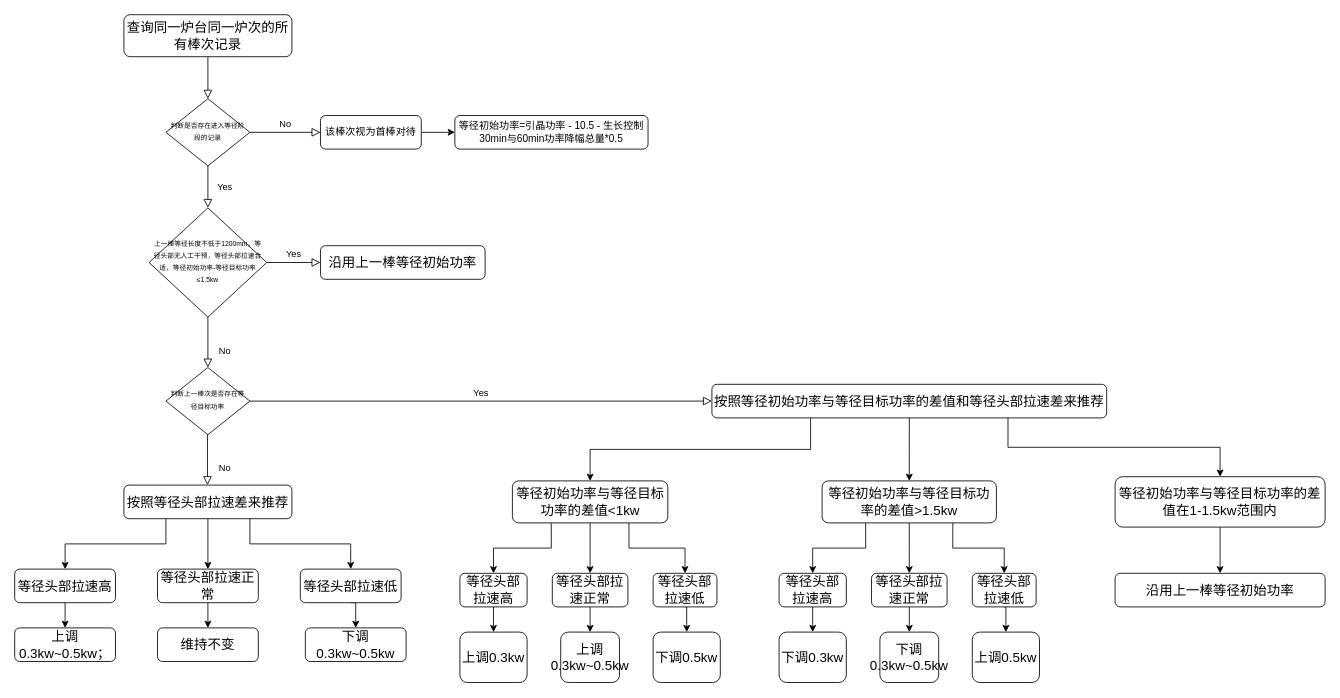
This is page "Page-1" (1 of 2) of 等径初始功率推荐流程图.drawio from ykchasingwind/2019iFLYTEK_MachineryLife_Baseline, a draw.io file, before an edit. Source tidied: cells renumbered, new cells numbered last; positions are measured from the earlier drawing's top-left corner, leaving out a move shared by most shapes. Both pictures are drawn from the tidied source at 84%, with x=0, y=0 at pixel (14, 14).
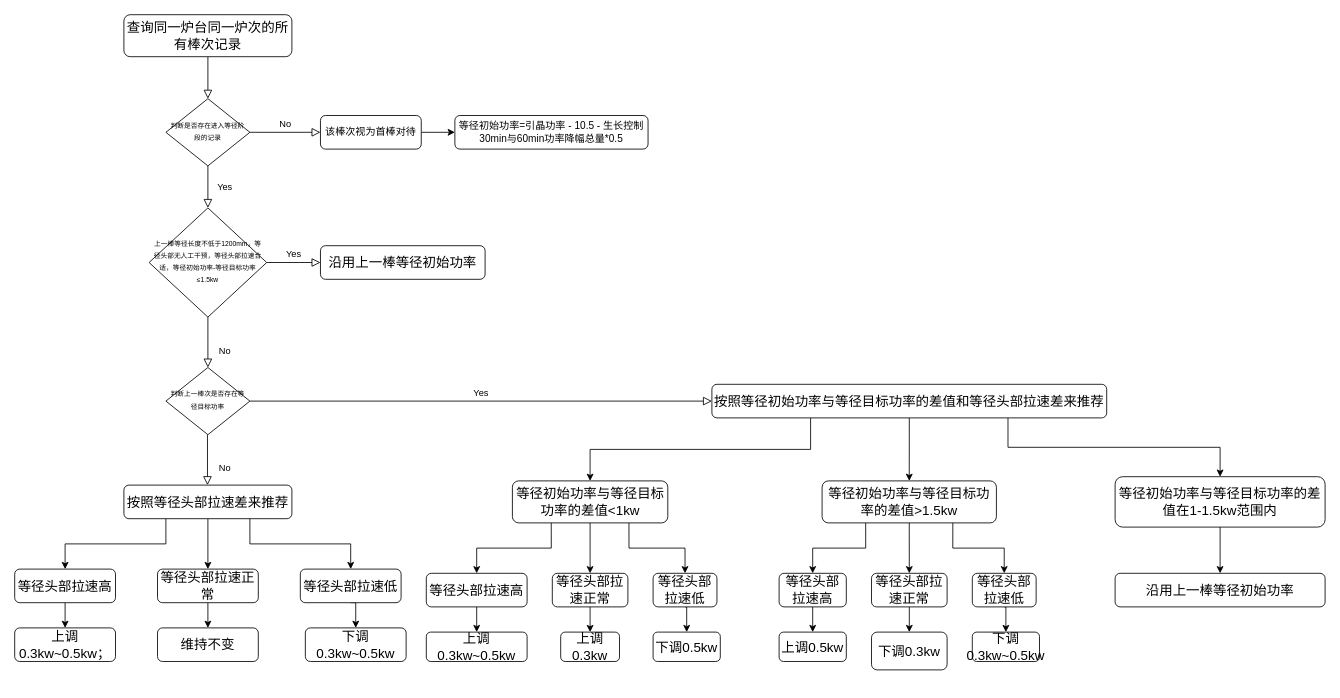
Above is the later version.

Commit message:
更新等径初始功率推荐流程图.drawio

The edit, as a diff of the source:
```diff
@@
     <mxCell id="47" value="&lt;p class=&quot;MsoNormal&quot;&gt;&lt;span style=&quot;mso-spacerun:'yes';font-family:宋体;mso-ascii-font-family:Calibri;&lt;br/&gt;mso-hansi-font-family:Calibri;mso-bidi-font-family:'Times New Roman';font-size:12.0000pt;&lt;br/&gt;mso-font-kerning:1.0000pt;&quot;&gt;等径头部拉速高&lt;/span&gt;&lt;/p&gt;" style="rounded=1;whiteSpace=wrap;html=1;fontSize=12;glass=0;strokeWidth=1;shadow=0;" parent="1" vertex="1">
-      <mxGeometry x="530" y="665" width="80" height="40" as="geometry" />
+      <mxGeometry x="490" y="665" width="120" height="40" as="geometry" />
     </mxCell>
@@
-    <mxCell id="50" value="&lt;p class=&quot;MsoNormal&quot;&gt;&lt;span style=&quot;mso-spacerun:'yes';font-family:宋体;mso-ascii-font-family:Calibri;&lt;br/&gt;mso-hansi-font-family:Calibri;mso-bidi-font-family:'Times New Roman';font-size:12.0000pt;&lt;br/&gt;mso-font-kerning:1.0000pt;&quot;&gt;&lt;font face=&quot;宋体&quot;&gt;上调&lt;/font&gt;&lt;font face=&quot;Calibri&quot;&gt;0.3kw&lt;/font&gt;&lt;/span&gt;&lt;/p&gt;" style="rounded=1;whiteSpace=wrap;html=1;fontSize=12;glass=0;strokeWidth=1;shadow=0;" parent="1" vertex="1">
-      <mxGeometry x="530" y="735" width="80" height="60" as="geometry" />
+    <mxCell id="50" value="&lt;p class=&quot;MsoNormal&quot;&gt;&lt;font style=&quot;font-family: 宋体; font-size: 16px;&quot; face=&quot;宋体&quot;&gt;上调&lt;/font&gt;&lt;font style=&quot;font-size: 16px;&quot; face=&quot;Calibri&quot;&gt;0.3kw~0.5kw&lt;/font&gt;&lt;/p&gt;" style="rounded=1;whiteSpace=wrap;html=1;fontSize=12;glass=0;strokeWidth=1;shadow=0;" parent="1" vertex="1">
+      <mxGeometry x="490" y="735" width="120" height="35" as="geometry" />
     </mxCell>
     <mxCell id="51" value="&lt;p class=&quot;MsoNormal&quot;&gt;&lt;span style=&quot;mso-spacerun:'yes';font-family:宋体;mso-ascii-font-family:Calibri;&lt;br/&gt;mso-hansi-font-family:Calibri;mso-bidi-font-family:'Times New Roman';font-size:12.0000pt;&lt;br/&gt;mso-font-kerning:1.0000pt;&quot;&gt;&lt;font face=&quot;宋体&quot;&gt;下调&lt;/font&gt;&lt;font face=&quot;Calibri&quot;&gt;0.5kw&lt;/font&gt;&lt;/span&gt;&lt;/p&gt;" style="rounded=1;whiteSpace=wrap;html=1;fontSize=12;glass=0;strokeWidth=1;shadow=0;" parent="1" vertex="1">
-      <mxGeometry x="760" y="735" width="80" height="60" as="geometry" />
+      <mxGeometry x="760" y="735" width="80" height="35" as="geometry" />
     </mxCell>
-    <mxCell id="52" value="&lt;p class=&quot;MsoNormal&quot;&gt;&lt;font style=&quot;font-family: 宋体; font-size: 16px;&quot; face=&quot;宋体&quot;&gt;上调&lt;/font&gt;&lt;font style=&quot;font-size: 16px;&quot; face=&quot;Calibri&quot;&gt;0.3kw~0.5kw&lt;/font&gt;&lt;/p&gt;" style="rounded=1;whiteSpace=wrap;html=1;fontSize=12;glass=0;strokeWidth=1;shadow=0;" parent="1" vertex="1">
-      <mxGeometry x="650" y="735" width="70" height="60" as="geometry" />
+    <mxCell id="52" value="&lt;p class=&quot;MsoNormal&quot;&gt;&lt;font style=&quot;font-family: 宋体; font-size: 16px;&quot; face=&quot;宋体&quot;&gt;上调&lt;/font&gt;&lt;font style=&quot;font-size: 16px;&quot; face=&quot;Calibri&quot;&gt;0.3kw&lt;/font&gt;&lt;/p&gt;" style="rounded=1;whiteSpace=wrap;html=1;fontSize=12;glass=0;strokeWidth=1;shadow=0;" parent="1" vertex="1">
+      <mxGeometry x="650" y="735" width="70" height="35" as="geometry" />
     </mxCell>
@@
-    <mxCell id="59" value="&lt;p class=&quot;MsoNormal&quot;&gt;&lt;span style=&quot;mso-spacerun:'yes';font-family:宋体;mso-ascii-font-family:Calibri;&lt;br/&gt;mso-hansi-font-family:Calibri;mso-bidi-font-family:'Times New Roman';font-size:12.0000pt;&lt;br/&gt;mso-font-kerning:1.0000pt;&quot;&gt;&lt;font face=&quot;宋体&quot;&gt;下调&lt;/font&gt;&lt;font face=&quot;Calibri&quot;&gt;0.3kw&lt;/font&gt;&lt;/span&gt;&lt;/p&gt;" style="rounded=1;whiteSpace=wrap;html=1;fontSize=12;glass=0;strokeWidth=1;shadow=0;" parent="1" vertex="1">
-      <mxGeometry x="910" y="735" width="80" height="60" as="geometry" />
+    <mxCell id="59" value="&lt;p class=&quot;MsoNormal&quot;&gt;&lt;span style=&quot;mso-spacerun:'yes';font-family:宋体;mso-ascii-font-family:Calibri;&lt;br/&gt;mso-hansi-font-family:Calibri;mso-bidi-font-family:'Times New Roman';font-size:12.0000pt;&lt;br/&gt;mso-font-kerning:1.0000pt;&quot;&gt;&lt;font face=&quot;宋体&quot;&gt;上调&lt;/font&gt;&lt;font face=&quot;Calibri&quot;&gt;0.5kw&lt;/font&gt;&lt;/span&gt;&lt;/p&gt;" style="rounded=1;whiteSpace=wrap;html=1;fontSize=12;glass=0;strokeWidth=1;shadow=0;" parent="1" vertex="1">
+      <mxGeometry x="910" y="735" width="80" height="35" as="geometry" />
     </mxCell>
-    <mxCell id="60" value="&lt;p class=&quot;MsoNormal&quot;&gt;&lt;span style=&quot;mso-spacerun:'yes';font-family:宋体;mso-ascii-font-family:Calibri;&lt;br/&gt;mso-hansi-font-family:Calibri;mso-bidi-font-family:'Times New Roman';font-size:12.0000pt;&lt;br/&gt;mso-font-kerning:1.0000pt;&quot;&gt;&lt;font face=&quot;宋体&quot;&gt;上调&lt;/font&gt;&lt;font face=&quot;Calibri&quot;&gt;0.5kw&lt;/font&gt;&lt;/span&gt;&lt;/p&gt;" style="rounded=1;whiteSpace=wrap;html=1;fontSize=12;glass=0;strokeWidth=1;shadow=0;" parent="1" vertex="1">
-      <mxGeometry x="1140" y="735" width="80" height="60" as="geometry" />
+    <mxCell id="60" value="&lt;p class=&quot;MsoNormal&quot;&gt;&lt;font style=&quot;font-family: 宋体; font-size: 16px;&quot; face=&quot;宋体&quot;&gt;下调&lt;/font&gt;&lt;font style=&quot;font-size: 16px;&quot; face=&quot;Calibri&quot;&gt;0.3kw~0.5kw&lt;/font&gt;&lt;/p&gt;" style="rounded=1;whiteSpace=wrap;html=1;fontSize=12;glass=0;strokeWidth=1;shadow=0;" parent="1" vertex="1">
+      <mxGeometry x="1140" y="735" width="80" height="35" as="geometry" />
     </mxCell>
-    <mxCell id="61" value="&lt;p class=&quot;MsoNormal&quot;&gt;&lt;font style=&quot;font-family: 宋体; font-size: 16px;&quot; face=&quot;宋体&quot;&gt;下调&lt;/font&gt;&lt;font style=&quot;font-size: 16px;&quot; face=&quot;Calibri&quot;&gt;0.3kw~0.5kw&lt;/font&gt;&lt;/p&gt;" style="rounded=1;whiteSpace=wrap;html=1;fontSize=12;glass=0;strokeWidth=1;shadow=0;" parent="1" vertex="1">
-      <mxGeometry x="1030" y="735" width="70" height="60" as="geometry" />
+    <mxCell id="61" value="&lt;p class=&quot;MsoNormal&quot;&gt;&lt;font style=&quot;font-family: 宋体; font-size: 16px;&quot; face=&quot;宋体&quot;&gt;下调&lt;/font&gt;&lt;font style=&quot;font-size: 16px;&quot; face=&quot;Calibri&quot;&gt;0.3kw&lt;/font&gt;&lt;/p&gt;" style="rounded=1;whiteSpace=wrap;html=1;fontSize=12;glass=0;strokeWidth=1;shadow=0;" parent="1" vertex="1">
+      <mxGeometry x="1020" y="735" width="90" height="45" as="geometry" />
     </mxCell>
```
